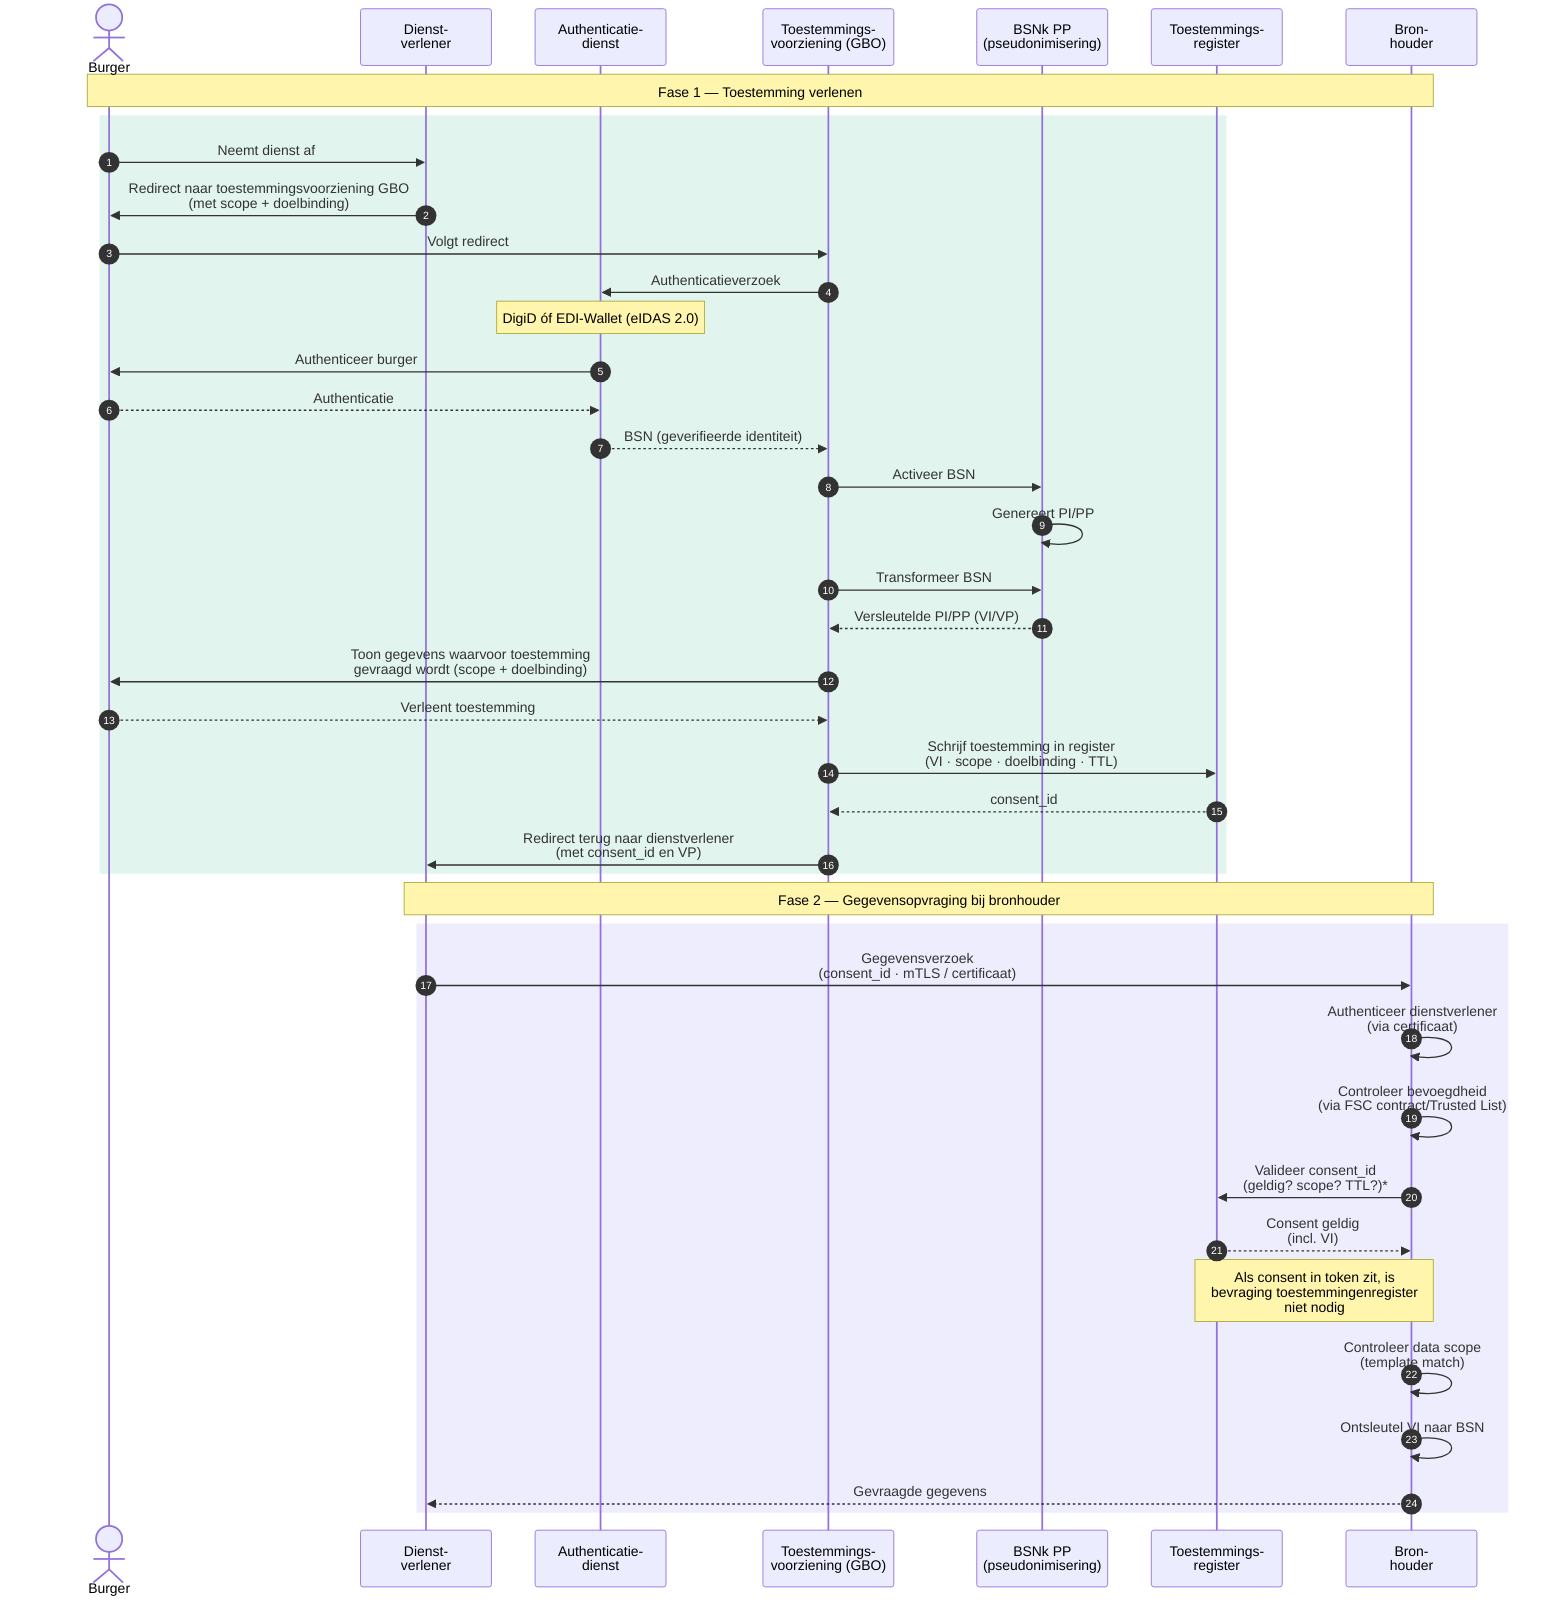
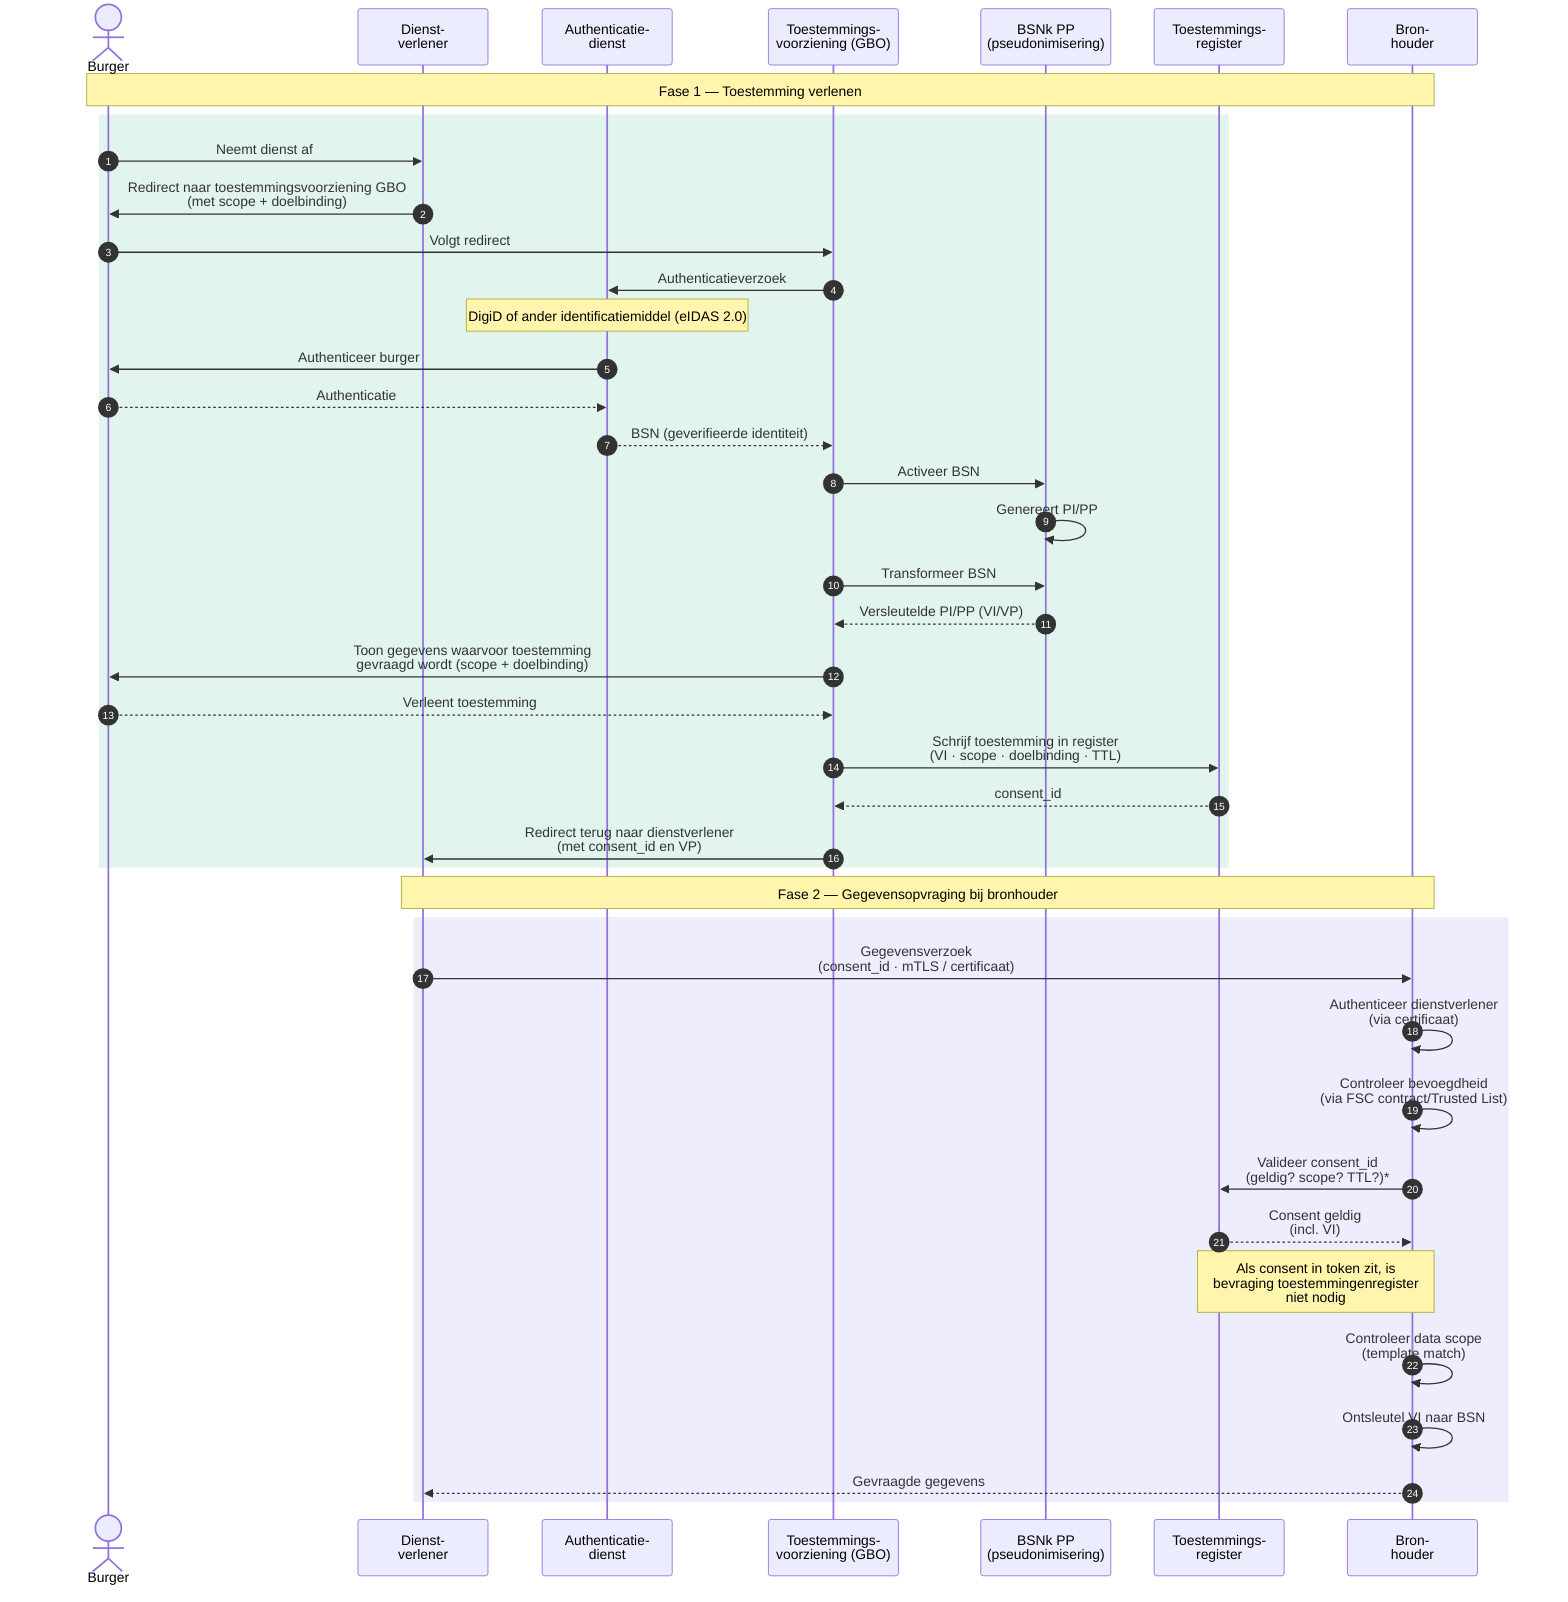
sequenceDiagram
    autonumber
    actor Burger
    participant DV as Dienst-<br/>verlener
    participant Auth as Authenticatie-<br/>dienst
    participant TV as Toestemmings-<br/>voorziening (GBO)
    participant PP as BSNk PP<br/>(pseudonimisering)
    participant TR as Toestemmings-<br/>register
    participant BRH as Bron-<br/>houder

    Note over Burger,BRH: Fase 1 — Toestemming verlenen

    rect rgb(225, 245, 238)
        Burger->>DV: Neemt dienst af
        DV->>Burger: Redirect naar toestemmingsvoorziening GBO<br/>(met scope + doelbinding)
        Burger->>TV: Volgt redirect
        TV->>Auth: Authenticatieverzoek
-         Note over Auth: DigiD óf EDI-Wallet (eIDAS 2.0)
+         Note over Auth: DigiD of ander identificatiemiddel (eIDAS 2.0)
        Auth->>Burger: Authenticeer burger
        Burger-->>Auth: Authenticatie
        Auth-->>TV: BSN (geverifieerde identiteit)
        TV->>PP: Activeer BSN
        PP->>PP: Genereert PI/PP
        TV->>PP: Transformeer BSN
        PP-->>TV: Versleutelde PI/PP (VI/VP)
        TV->>Burger: Toon gegevens waarvoor toestemming<br/>gevraagd wordt (scope + doelbinding)
        Burger-->>TV: Verleent toestemming
        TV->>TR: Schrijf toestemming in register<br/>(VI · scope · doelbinding · TTL)
        TR-->>TV: consent_id
        TV->>DV: Redirect terug naar dienstverlener<br/>(met consent_id en VP)
    end

    Note over DV,BRH: Fase 2 — Gegevensopvraging bij bronhouder

    rect rgb(238, 237, 254)
        DV->>BRH: Gegevensverzoek<br/>(consent_id · mTLS / certificaat)
        BRH->>BRH: Authenticeer dienstverlener<br />(via certificaat)
        BRH->>BRH: Controleer bevoegdheid<br />(via FSC contract/Trusted List)
        BRH->>TR: Valideer consent_id<br/>(geldig? scope? TTL?)*
        TR-->>BRH: Consent geldig<br />(incl. VI)
        Note over TR, BRH: Als consent in token zit, is<br/>bevraging toestemmingenregister<br />niet nodig
        BRH->>BRH: Controleer data scope<br />(template match)
        BRH->>BRH: Ontsleutel VI naar BSN
        BRH-->>DV: Gevraagde gegevens
    end
